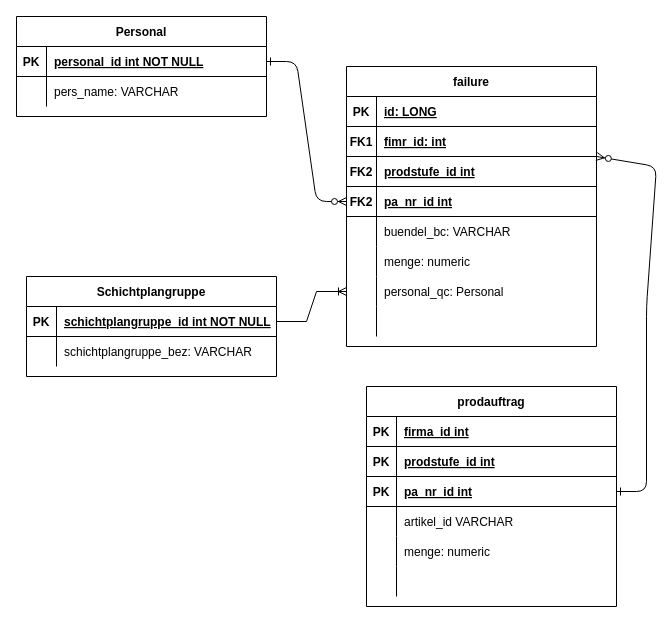
The draw.io diagram doc/failures.drawio in Strukturavaltas2-Halado-Java/java-sv2-adv-project-BenkoAttila, before the edit. Source tidied: cells renumbered, new cells numbered last; positions are measured from the earlier drawing's top-left corner, leaving out a move shared by most shapes. Both pictures are drawn from the tidied source at 100%, with x=0, y=0 at pixel (16, 16).
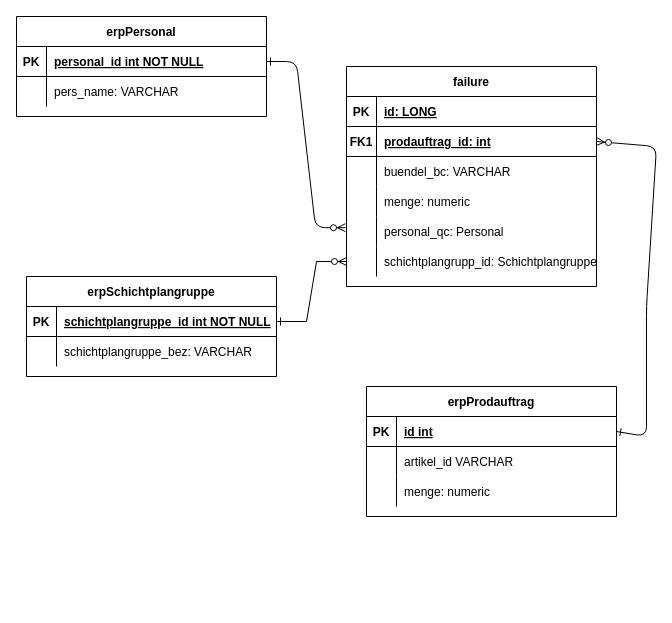
The same diagram, later.

Unchanged cells that the change refers to:
```xml
<mxCell id="4" style="shape=partialRectangle;fillColor=none;points=[[0,0.5],[1,0.5]];portConstraint=eastwest;top=0;left=0;right=0;bottom=1;" parent="3" vertex="1">
  <mxGeometry y="30" width="250" height="30" as="geometry" />
</mxCell>
<mxCell id="24" style="shape=partialRectangle;fillColor=none;points=[[0,0.5],[1,0.5]];portConstraint=eastwest;top=0;left=0;right=0;bottom=1;" parent="23" vertex="1">
  <mxGeometry y="30" width="250" height="30" as="geometry" />
</mxCell>
<mxCell id="31" style="shape=partialRectangle;fillColor=none;points=[[0,0.5],[1,0.5]];portConstraint=eastwest;top=0;left=0;right=0;bottom=1;" parent="30" vertex="1">
  <mxGeometry y="30" width="250" height="30" as="geometry" />
</mxCell>
<mxCell id="42" style="shape=partialRectangle;fillColor=none;points=[[0,0.5],[1,0.5]];portConstraint=eastwest;top=0;left=0;right=0;bottom=1;" parent="38" vertex="1">
  <mxGeometry y="60" width="250" height="30" as="geometry" />
</mxCell>
```

What changed in the source:
```diff
@@
-    <mxCell id="2" style="edgeStyle=entityRelationEdgeStyle;endArrow=ERzeroToMany;startArrow=ERone;endFill=1;startFill=0;entryX=0;entryY=0.5;entryDx=0;entryDy=0;" parent="1" edge="1" source="24">
-      <mxGeometry relative="1" as="geometry">
-        <mxPoint x="330" y="185" as="targetPoint" />
-      </mxGeometry>
+    <mxCell id="2" style="edgeStyle=entityRelationEdgeStyle;endArrow=ERzeroToMany;startArrow=ERone;endFill=1;startFill=0;entryX=-0.004;entryY=0.373;entryDx=0;entryDy=0;entryPerimeter=0;" parent="1" edge="1" source="24" target="57">
+      <mxGeometry relative="1" as="geometry" />
     </mxCell>
-    <mxCell id="3" value="prodauftrag" style="shape=table;startSize=30;childLayout=tableLayout;rowLines=0;fontStyle=1;align=center;" parent="1" vertex="1">
-      <mxGeometry x="350" y="370" width="250" height="220" as="geometry" />
+    <mxCell id="3" value="erpProdauftrag" style="shape=table;startSize=30;childLayout=tableLayout;rowLines=0;fontStyle=1;align=center;" parent="1" vertex="1">
+      <mxGeometry x="350" y="370" width="250" height="130" as="geometry" />
     </mxCell>
@@
-    <mxCell id="6" value="firma_id int" style="shape=partialRectangle;overflow=hidden;fillColor=none;top=0;left=0;bottom=0;right=0;align=left;spacingLeft=6;fontStyle=5;" parent="4" vertex="1">
+    <mxCell id="6" value="id int" style="shape=partialRectangle;overflow=hidden;fillColor=none;top=0;left=0;bottom=0;right=0;align=left;spacingLeft=6;fontStyle=5;" parent="4" vertex="1">
       <mxGeometry x="30" width="220" height="30" as="geometry" />
     </mxCell>
-    <mxCell id="7" style="shape=partialRectangle;fillColor=none;top=0;left=0;right=0;bottom=1;" parent="3" vertex="1">
-      <mxGeometry y="60" width="250" height="30" as="geometry" />
-    </mxCell>
-    <mxCell id="8" value="PK" style="shape=partialRectangle;overflow=hidden;fillColor=none;top=0;left=0;bottom=0;right=0;fontStyle=1;" parent="7" vertex="1">
-      <mxGeometry width="30" height="30" as="geometry" />
-    </mxCell>
-    <mxCell id="9" value="prodstufe_id int" style="shape=partialRectangle;overflow=hidden;fillColor=none;top=0;left=0;bottom=0;right=0;align=left;spacingLeft=6;fontStyle=5;" parent="7" vertex="1">
-      <mxGeometry x="30" width="220" height="30" as="geometry" />
-    </mxCell>
-    <mxCell id="10" style="shape=partialRectangle;fillColor=none;points=[[0,0.5],[1,0.5]];portConstraint=eastwest;top=0;left=0;right=0;bottom=1;" parent="3" vertex="1">
-      <mxGeometry y="90" width="250" height="30" as="geometry" />
-    </mxCell>
-    <mxCell id="11" value="PK" style="shape=partialRectangle;overflow=hidden;fillColor=none;top=0;left=0;bottom=0;right=0;fontStyle=1;" parent="10" vertex="1">
-      <mxGeometry width="30" height="30" as="geometry" />
-    </mxCell>
-    <mxCell id="12" value="pa_nr_id int" style="shape=partialRectangle;overflow=hidden;fillColor=none;top=0;left=0;bottom=0;right=0;align=left;spacingLeft=6;fontStyle=5;" parent="10" vertex="1">
-      <mxGeometry x="30" width="220" height="30" as="geometry" />
-    </mxCell>
     <mxCell id="13" style="shape=partialRectangle;fillColor=none;top=0;left=0;right=0;bottom=0;" parent="3" vertex="1">
-      <mxGeometry y="120" width="250" height="30" as="geometry" />
+      <mxGeometry y="60" width="250" height="30" as="geometry" />
     </mxCell>
@@
     <mxCell id="16" style="shape=partialRectangle;fillColor=none;top=0;left=0;right=0;bottom=0;" parent="3" vertex="1">
-      <mxGeometry y="150" width="250" height="30" as="geometry" />
+      <mxGeometry y="90" width="250" height="30" as="geometry" />
     </mxCell>
@@
-    <mxCell id="19" style="shape=partialRectangle;fillColor=none;top=0;left=0;right=0;bottom=0;" parent="3" vertex="1">
-      <mxGeometry y="180" width="250" height="30" as="geometry" />
-    </mxCell>
-    <mxCell id="20" style="shape=partialRectangle;overflow=hidden;fillColor=none;top=0;left=0;bottom=0;right=0;" parent="19" vertex="1">
-      <mxGeometry width="30" height="30" as="geometry" />
-    </mxCell>
-    <mxCell id="21" style="shape=partialRectangle;overflow=hidden;fillColor=none;top=0;left=0;bottom=0;right=0;align=left;spacingLeft=6;" parent="19" vertex="1">
-      <mxGeometry x="30" width="220" height="30" as="geometry" />
-    </mxCell>
-    <mxCell id="22" style="endArrow=ERzeroToMany;startArrow=ERone;endFill=1;startFill=0;entryX=1;entryY=0.5;entryDx=0;entryDy=0;exitX=1;exitY=0.5;exitDx=0;exitDy=0;" parent="3" edge="1" source="10">
-      <mxGeometry relative="1" as="geometry">
-        <mxPoint x="230" y="-230" as="targetPoint" />
-        <Array as="points">
-          <mxPoint x="280" y="105" />
-          <mxPoint x="280" y="-80" />
-          <mxPoint x="290" y="-220" />
-        </Array>
-      </mxGeometry>
-    </mxCell>
-    <mxCell id="23" value="Personal" style="shape=table;startSize=30;childLayout=tableLayout;rowLines=0;fontStyle=1;align=center;" parent="1" vertex="1">
+    <mxCell id="23" value="erpPersonal" style="shape=table;startSize=30;childLayout=tableLayout;rowLines=0;fontStyle=1;align=center;" parent="1" vertex="1">
       <mxGeometry width="250" height="100" as="geometry" />
     </mxCell>
@@
-    <mxCell id="30" value="Schichtplangruppe" style="shape=table;startSize=30;childLayout=tableLayout;rowLines=0;fontStyle=1;align=center;" parent="1" vertex="1">
+    <mxCell id="30" value="erpSchichtplangruppe" style="shape=table;startSize=30;childLayout=tableLayout;rowLines=0;fontStyle=1;align=center;" parent="1" vertex="1">
       <mxGeometry x="10" y="260" width="250" height="100" as="geometry" />
     </mxCell>
@@
-    <mxCell id="37" style="edgeStyle=entityRelationEdgeStyle;fontSize=12;html=1;endArrow=ERoneToMany;rounded=0;exitX=1;exitY=0.5;exitDx=0;exitDy=0;entryX=0;entryY=0.5;entryDx=0;entryDy=0;" parent="1" edge="1" source="31">
-      <mxGeometry relative="1" as="geometry">
-        <mxPoint x="330" y="275" as="targetPoint" />
-      </mxGeometry>
+    <mxCell id="37" style="edgeStyle=entityRelationEdgeStyle;fontSize=12;html=1;endArrow=ERzeroToMany;rounded=0;exitX=1;exitY=0.5;exitDx=0;exitDy=0;entryX=0;entryY=0.5;entryDx=0;entryDy=0;startArrow=ERone;" parent="1" edge="1" source="31" target="60">
+      <mxGeometry relative="1" as="geometry" />
     </mxCell>
     <mxCell id="38" value="failure" style="shape=table;startSize=30;childLayout=tableLayout;rowLines=0;fontStyle=1;align=center;" parent="1" vertex="1">
-      <mxGeometry x="330" y="50" width="250" height="280" as="geometry" />
+      <mxGeometry x="330" y="50" width="250" height="220" as="geometry" />
     </mxCell>
@@
-    <mxCell id="44" value="fimr_id: int" style="shape=partialRectangle;overflow=hidden;fillColor=none;top=0;left=0;bottom=0;right=0;align=left;spacingLeft=6;fontStyle=5;" parent="42" vertex="1">
+    <mxCell id="44" value="prodauftrag_id: int" style="shape=partialRectangle;overflow=hidden;fillColor=none;top=0;left=0;bottom=0;right=0;align=left;spacingLeft=6;fontStyle=5;" parent="42" vertex="1">
       <mxGeometry x="30" width="220" height="30" as="geometry" />
     </mxCell>
-    <mxCell id="45" style="shape=partialRectangle;fillColor=none;top=0;left=0;right=0;bottom=1;" parent="38" vertex="1">
-      <mxGeometry y="90" width="250" height="30" as="geometry" />
-    </mxCell>
-    <mxCell id="46" value="FK2" style="shape=partialRectangle;overflow=hidden;fillColor=none;top=0;left=0;bottom=0;right=0;fontStyle=1;" parent="45" vertex="1">
-      <mxGeometry width="30" height="30" as="geometry" />
-    </mxCell>
-    <mxCell id="47" value="prodstufe_id int" style="shape=partialRectangle;overflow=hidden;fillColor=none;top=0;left=0;bottom=0;right=0;align=left;spacingLeft=6;fontStyle=5;" parent="45" vertex="1">
-      <mxGeometry x="30" width="220" height="30" as="geometry" />
-    </mxCell>
-    <mxCell id="48" style="shape=partialRectangle;fillColor=none;top=0;left=0;right=0;bottom=1;" parent="38" vertex="1">
-      <mxGeometry y="120" width="250" height="30" as="geometry" />
-    </mxCell>
-    <mxCell id="49" value="FK2" style="shape=partialRectangle;overflow=hidden;fillColor=none;top=0;left=0;bottom=0;right=0;fontStyle=1;" parent="48" vertex="1">
-      <mxGeometry width="30" height="30" as="geometry" />
-    </mxCell>
-    <mxCell id="50" value="pa_nr_id int" style="shape=partialRectangle;overflow=hidden;fillColor=none;top=0;left=0;bottom=0;right=0;align=left;spacingLeft=6;fontStyle=5;" parent="48" vertex="1">
-      <mxGeometry x="30" width="220" height="30" as="geometry" />
-    </mxCell>
     <mxCell id="51" style="shape=partialRectangle;fillColor=none;top=0;left=0;right=0;bottom=0;" parent="38" vertex="1">
-      <mxGeometry y="150" width="250" height="30" as="geometry" />
+      <mxGeometry y="90" width="250" height="30" as="geometry" />
     </mxCell>
@@
     <mxCell id="54" style="shape=partialRectangle;fillColor=none;top=0;left=0;right=0;bottom=0;" parent="38" vertex="1">
-      <mxGeometry y="180" width="250" height="30" as="geometry" />
+      <mxGeometry y="120" width="250" height="30" as="geometry" />
     </mxCell>
@@
     <mxCell id="57" style="shape=partialRectangle;fillColor=none;points=[[0,0.5],[1,0.5]];portConstraint=eastwest;top=0;left=0;right=0;bottom=0;" parent="38" vertex="1">
-      <mxGeometry y="210" width="250" height="30" as="geometry" />
+      <mxGeometry y="150" width="250" height="30" as="geometry" />
     </mxCell>
@@
     <mxCell id="60" style="shape=partialRectangle;fillColor=none;points=[[0,0.5],[1,0.5]];portConstraint=eastwest;top=0;left=0;right=0;bottom=0;" parent="38" vertex="1">
-      <mxGeometry y="240" width="250" height="30" as="geometry" />
+      <mxGeometry y="180" width="250" height="30" as="geometry" />
     </mxCell>
@@
-    <mxCell id="62" style="shape=partialRectangle;overflow=hidden;fillColor=none;top=0;left=0;bottom=0;right=0;align=left;spacingLeft=6;" parent="60" vertex="1">
+    <mxCell id="62" value="schichtplangrupp_id: Schichtplangruppe" style="shape=partialRectangle;overflow=hidden;fillColor=none;top=0;left=0;bottom=0;right=0;align=left;spacingLeft=6;" parent="60" vertex="1">
       <mxGeometry x="30" width="220" height="30" as="geometry" />
     </mxCell>
+    <mxCell id="22" style="endArrow=ERzeroToMany;startArrow=ERone;endFill=1;startFill=0;entryX=1;entryY=0.5;entryDx=0;entryDy=0;exitX=1;exitY=0.5;exitDx=0;exitDy=0;" parent="1" edge="1" source="4" target="42">
+      <mxGeometry relative="1" as="geometry">
+        <Array as="points">
+          <mxPoint x="630" y="420" />
+          <mxPoint x="630" y="290" />
+          <mxPoint x="640" y="130" />
+        </Array>
+      </mxGeometry>
+    </mxCell>
```
